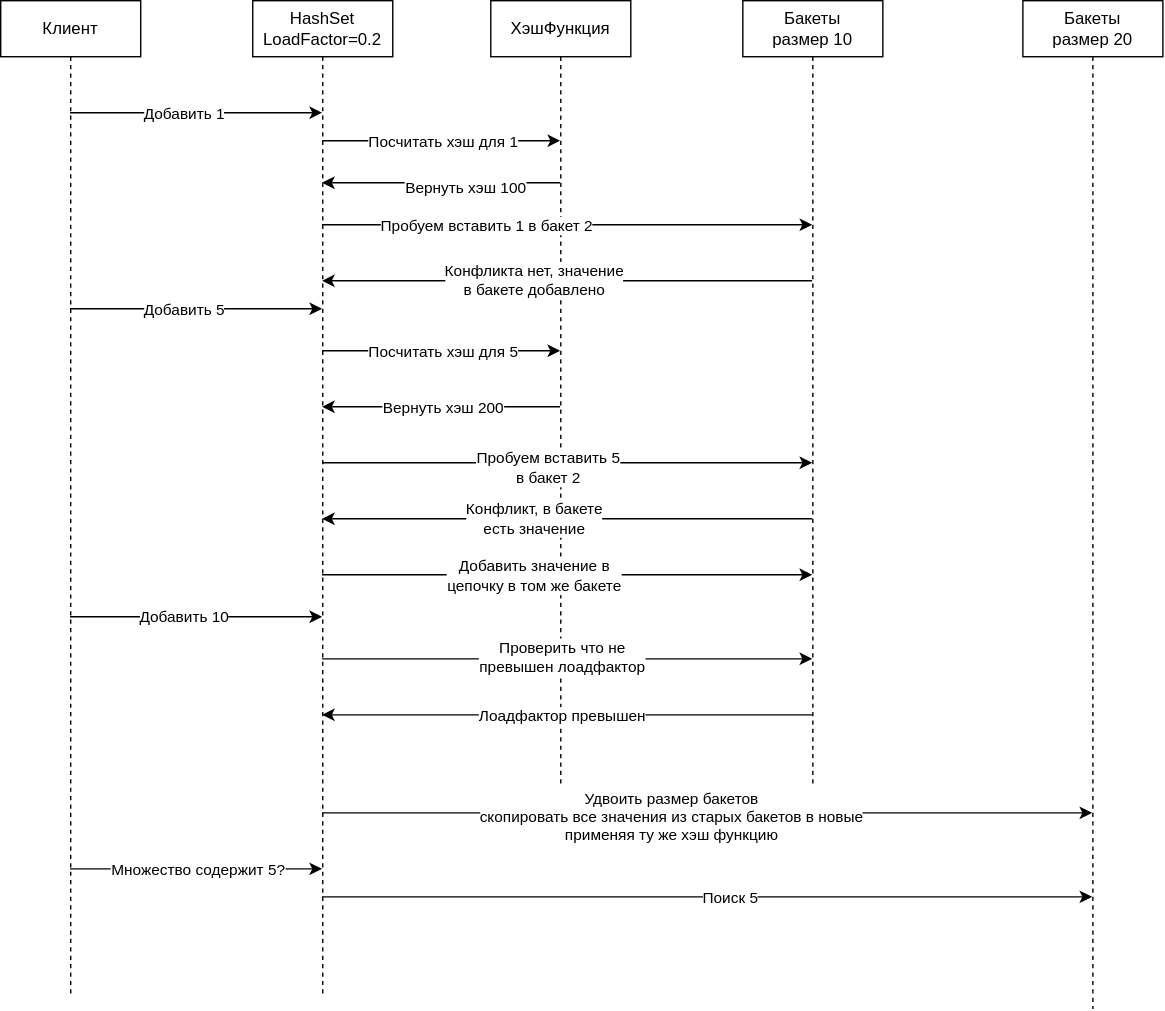
kosukhin/catalog keeps this draw.io diagram as База/Структуры данных/2. Быстро находить данные и проверять условия/2.3. Проверять принадлежность и уникальность/Множество (Set)/HashSet/schemes/ПроцессВставки.drawio.svg. Above is the earlier version. Source tidied: cells renumbered, new cells last; positions are measured from the earlier drawing's top-left corner, leaving out a move shared by most shapes.
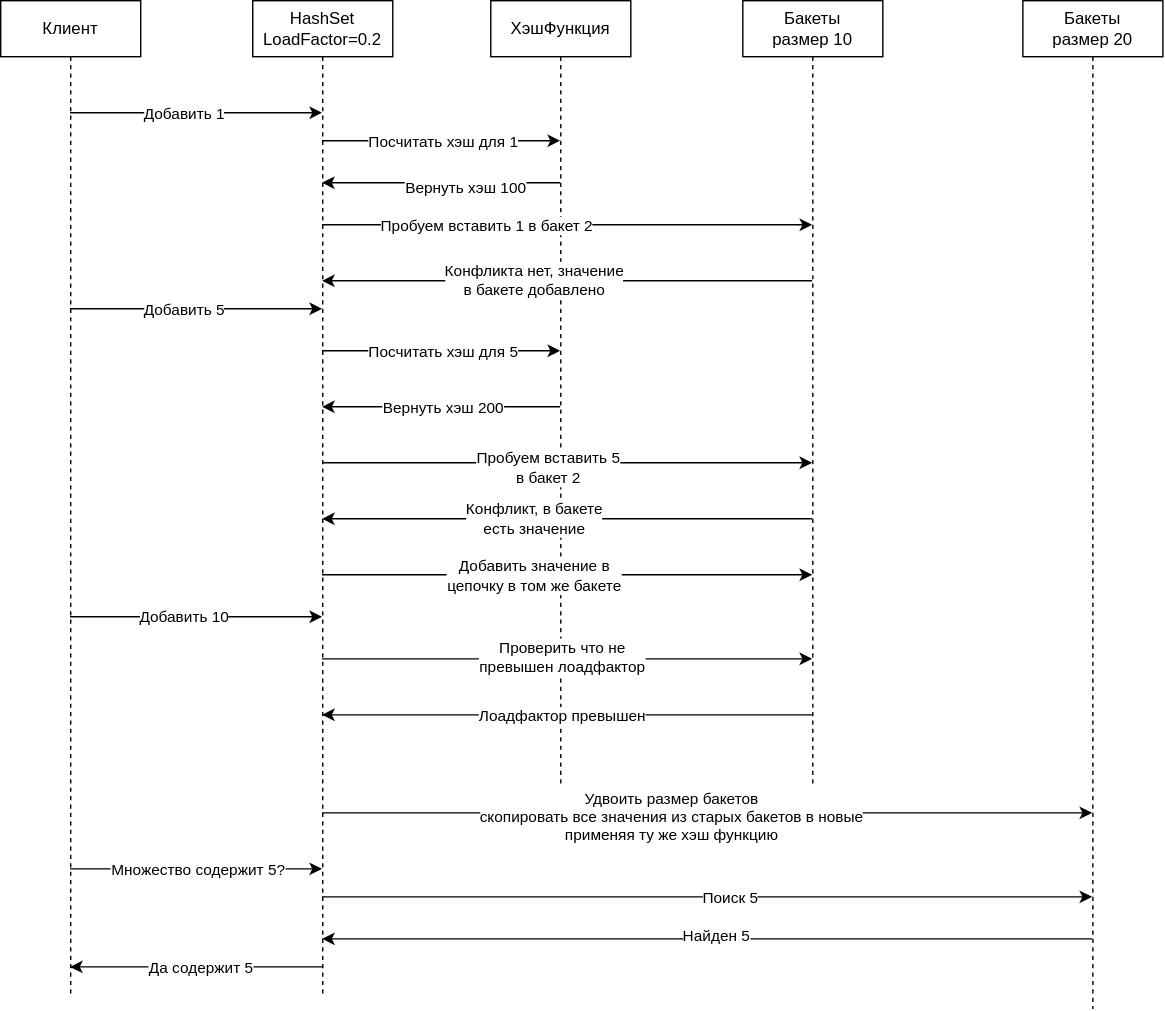
Later version of the same file.

The edit, as a diff of the source:
```diff
@@ -221,5 +221,30 @@
         <mxPoint x="-23" y="-2" as="offset" />
       </mxGeometry>
     </mxCell>
+    <mxCell id="41" style="edgeStyle=sequenceEdgeStyle;html=1;libavoidRouting=0;curved=0;rounded=0;" parent="1" edge="1" source="34" target="3">
+      <mxGeometry x="-0.44" relative="1" as="geometry">
+        <Array as="points">
+          <mxPoint x="504.5" y="670" />
+        </Array>
+      </mxGeometry>
+    </mxCell>
+    <mxCell id="42" value="Найден 5" style="edgeLabel;html=1;align=center;verticalAlign=middle;" parent="41" vertex="1">
+      <mxGeometry x="0.51" y="-3" relative="1" as="geometry">
+        <mxPoint x="147" as="offset" />
+      </mxGeometry>
+    </mxCell>
+    <mxCell id="43" style="edgeStyle=sequenceEdgeStyle;html=1;libavoidRouting=0;curved=0;rounded=0;" parent="1" edge="1" target="2">
+      <mxGeometry x="0.51" relative="1" as="geometry">
+        <mxPoint x="50" y="690" as="sourcePoint" />
+        <Array as="points">
+          <mxPoint x="230" y="690" />
+        </Array>
+      </mxGeometry>
+    </mxCell>
+    <mxCell id="44" value="Да содержит 5" style="edgeLabel;html=1;align=center;verticalAlign=middle;" parent="43" vertex="1">
+      <mxGeometry x="0.58" relative="1" as="geometry">
+        <mxPoint x="17" as="offset" />
+      </mxGeometry>
+    </mxCell>
   </root>
 </mxGraphModel>
```
